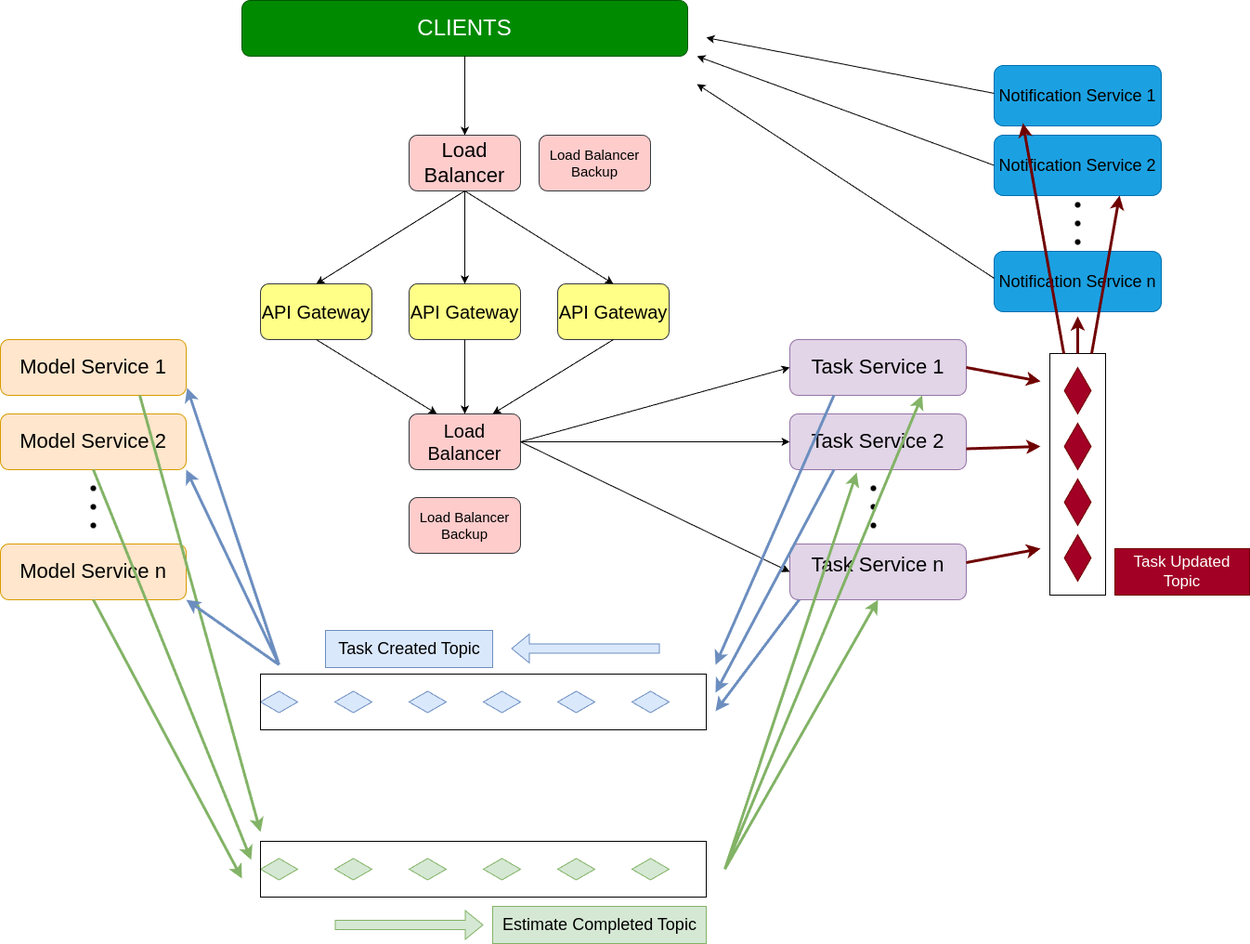
Above: docs/architecture/SprintWise.png in cbisaccia78/SprintWise (draw.io), before the change. Source tidied: cells renumbered, new cells last; positions are measured from the earlier drawing's top-left corner, leaving out a move shared by most shapes.
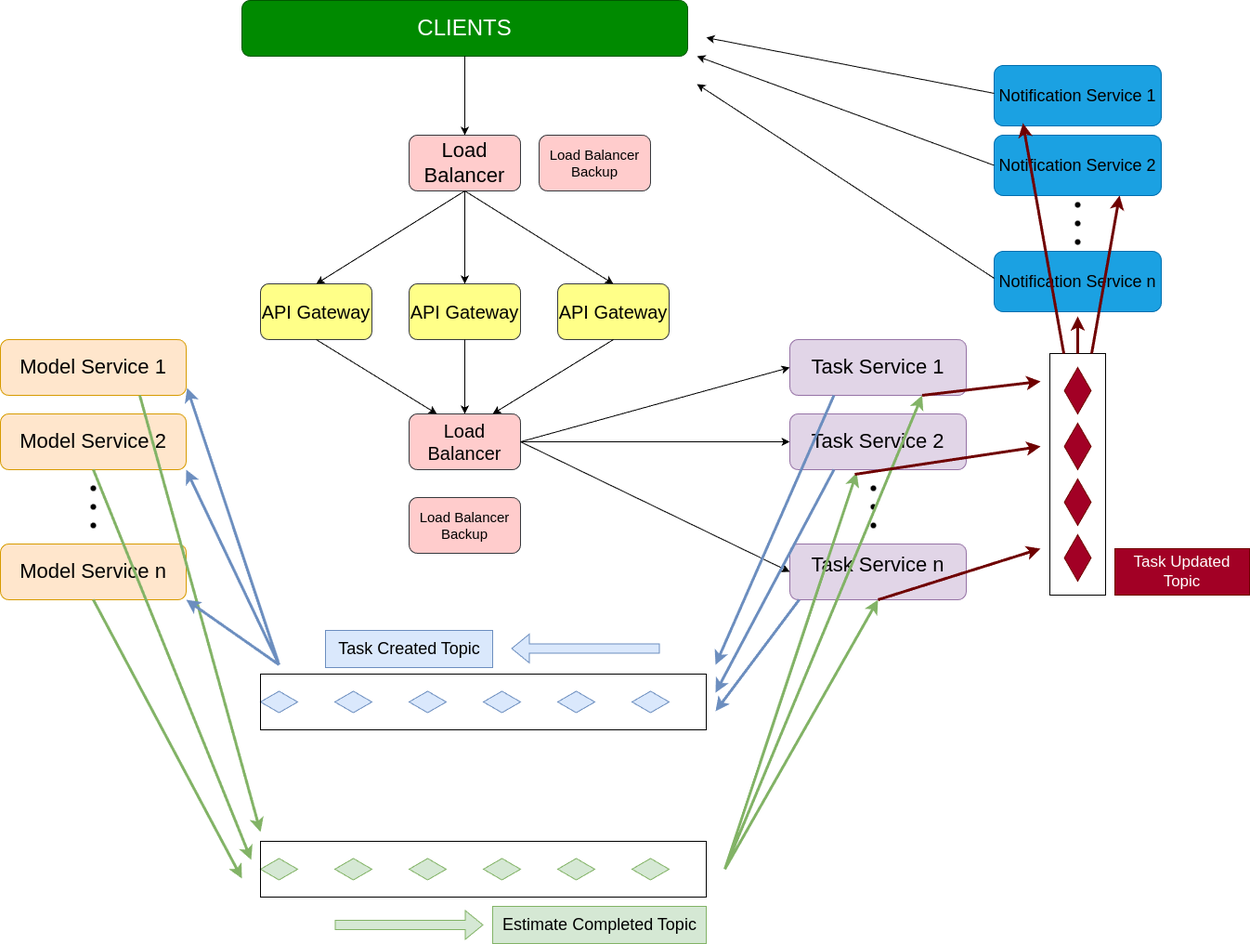
Later version of the same file.

Commit message:
updated app architecture to include notifications

Diff of the diagram source:
```diff
@@ -297,21 +297,19 @@
     <mxCell id="80" style="html=1;whiteSpace=wrap;shape=isoRectangle;direction=south;fillColor=#a20025;fontColor=#ffffff;strokeColor=#6F0000;" parent="1" vertex="1">
       <mxGeometry x="1145" y="575" width="30" height="50" as="geometry" />
     </mxCell>
-    <mxCell id="81" style="endArrow=classic;html=1;rounded=0;strokeWidth=3;fillColor=#a20025;strokeColor=#6F0000;" parent="1" edge="1">
+    <mxCell id="81" style="endArrow=classic;html=1;rounded=0;strokeWidth=3;fillColor=#a20025;strokeColor=#6F0000;exitX=0.5;exitY=1;exitDx=0;exitDy=0;" parent="1" edge="1" source="13">
       <mxGeometry relative="1" as="geometry">
-        <mxPoint x="1040" y="605" as="sourcePoint" />
         <mxPoint x="1120" y="590" as="targetPoint" />
       </mxGeometry>
     </mxCell>
-    <mxCell id="82" style="endArrow=classic;html=1;rounded=0;strokeWidth=3;fillColor=#a20025;strokeColor=#6F0000;" parent="1" edge="1">
+    <mxCell id="82" style="endArrow=classic;html=1;rounded=0;strokeWidth=3;fillColor=#a20025;strokeColor=#6F0000;exitX=0.75;exitY=1;exitDx=0;exitDy=0;" parent="1" edge="1" source="11">
       <mxGeometry relative="1" as="geometry">
-        <mxPoint x="1040" y="395" as="sourcePoint" />
         <mxPoint x="1120" y="410" as="targetPoint" />
       </mxGeometry>
     </mxCell>
     <mxCell id="83" style="endArrow=classic;html=1;rounded=0;strokeWidth=3;fillColor=#a20025;strokeColor=#6F0000;" parent="1" edge="1">
       <mxGeometry relative="1" as="geometry">
-        <mxPoint x="1040" y="482.5" as="sourcePoint" />
+        <mxPoint x="920" y="510" as="sourcePoint" />
         <mxPoint x="1120" y="480" as="targetPoint" />
       </mxGeometry>
     </mxCell>
```
